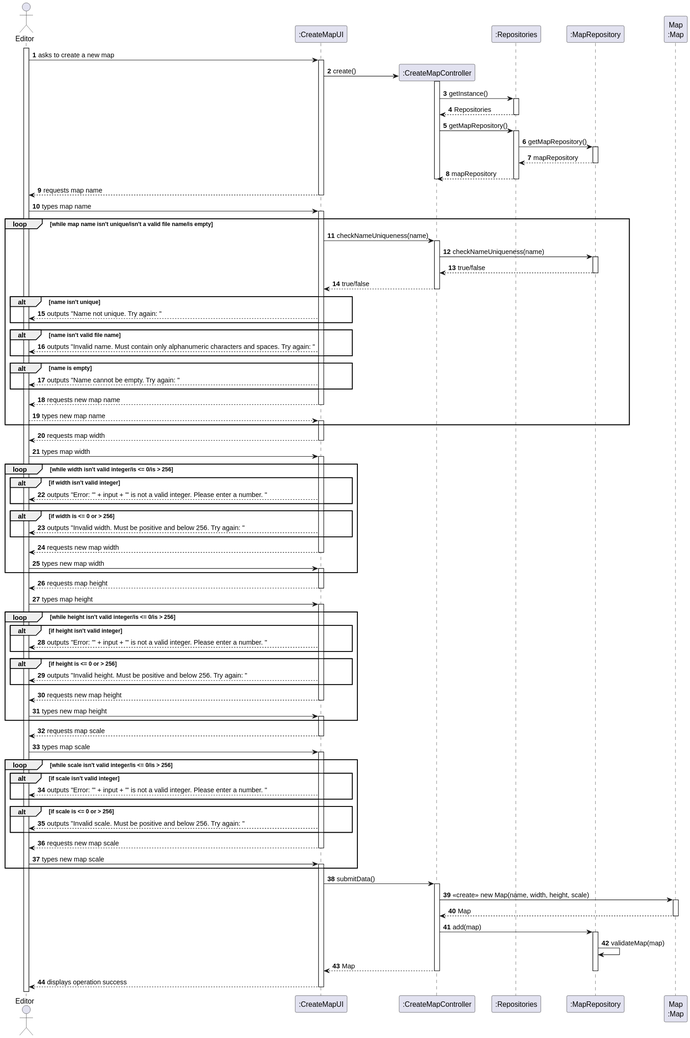
The PlantUML diagram docs/system-documentation/US001/03.design/svg/US001-SD.svg in goncalolopesp/sem2-pi-24.25-g093-repo, before a commit.
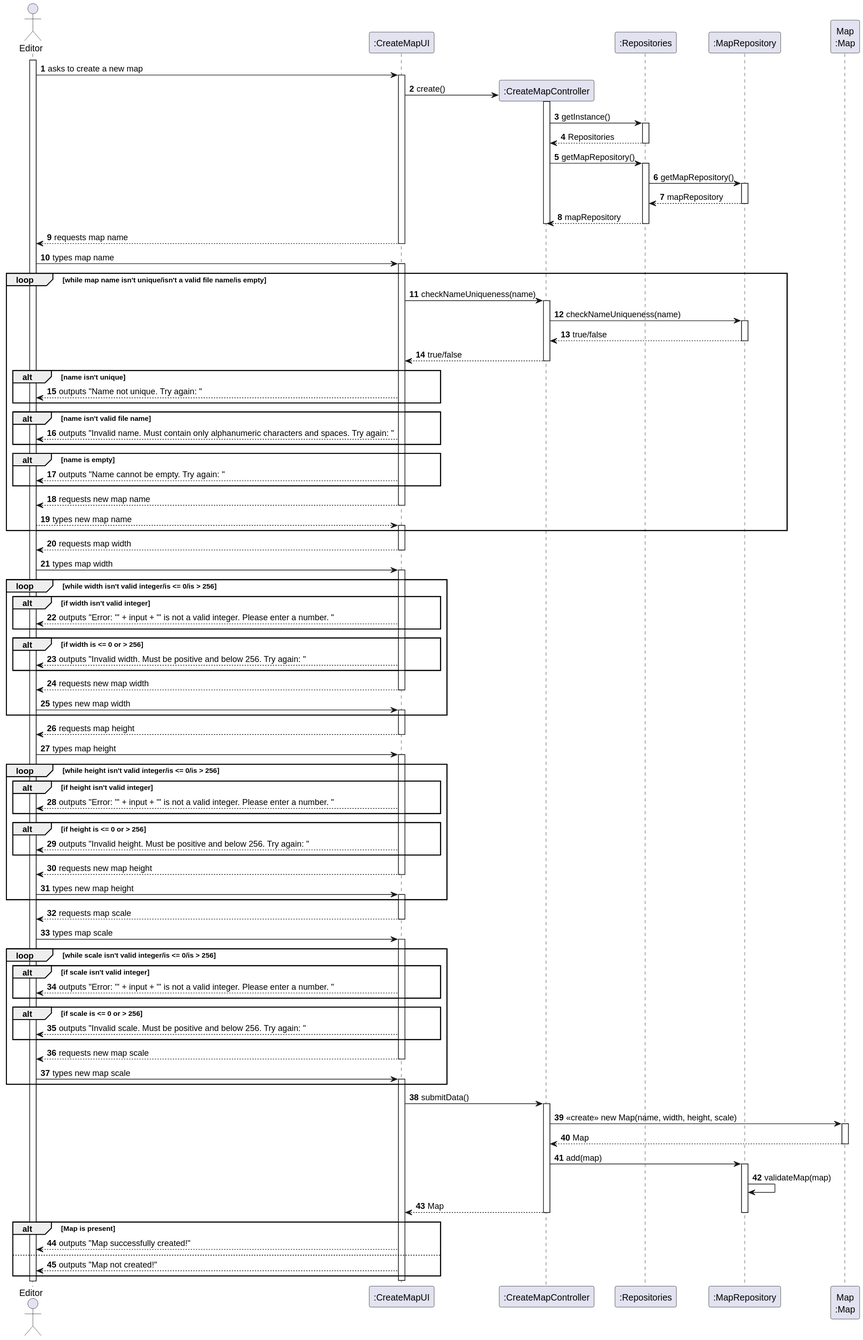
Later version of the same file.

Commit message:
US004 (docs) - Updated full sequence diagram

Diff of the diagram source:
```diff
@@ -156,6 +156,10 @@
 deactivate Repo
 deactivate Controller
 
-UI --> User : displays operation success
+alt Map is present
+    UI --> User : outputs "Map successfully created!"
+else
+    UI --> User : outputs "Map not created!"
+end
 deactivate UI
 @enduml
```
